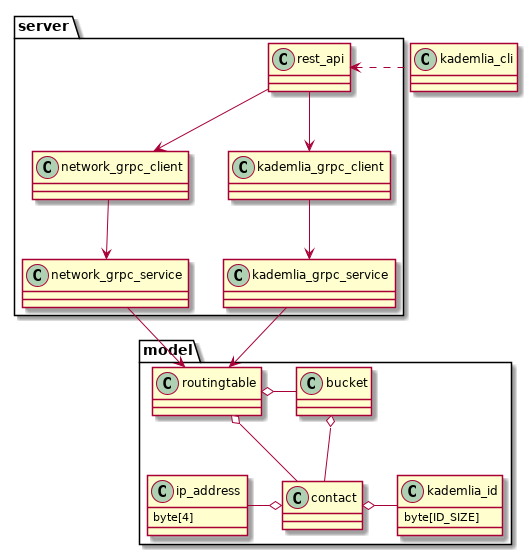
The PlantUML diagram doc/UML/class_general_organisation.png in AntoninCamus/D7024E, before a commit.
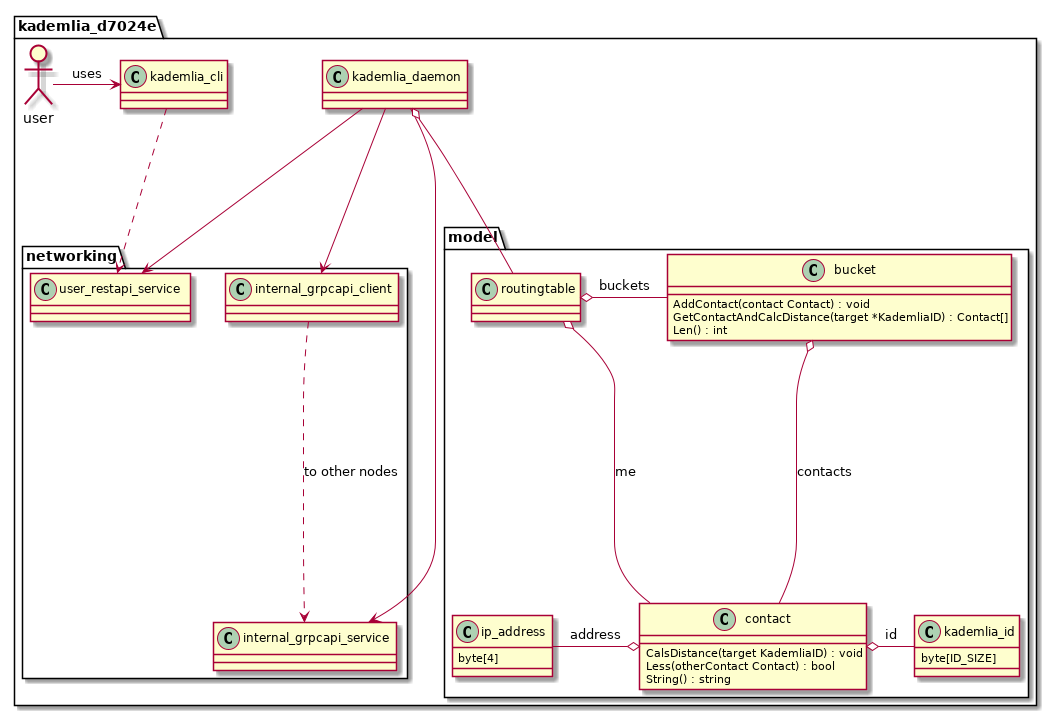
After the commit.

Commit message:
Improved class diagram and added other processes

What changed in the source:
```diff
@@ -1,43 +1,54 @@
 @startuml class_general_organisation
+allowmixing
+package kademlia_d7024e {
+    class kademlia_cli
 
-class kademlia_cli
+    class kademlia_daemon
 
-package server {
-    class rest_api
-    class network_grpc_service
-    class network_grpc_client
-    class kademlia_grpc_service
-    class kademlia_grpc_client
+    package networking {
+        class user_restapi_service
+        class internal_grpcapi_service
+        class internal_grpcapi_client
 
-    rest_api --> network_grpc_client
-    rest_api --> kademlia_grpc_client
-    network_grpc_client --> network_grpc_service
-    kademlia_grpc_client --> kademlia_grpc_service
+        internal_grpcapi_client ..> internal_grpcapi_service : to other nodes
+    }
+
+    package model{
+        class bucket {
+            AddContact(contact Contact) : void
+            GetContactAndCalcDistance(target *KademliaID) : Contact[]
+            Len() : int
+        }
+        class contact {
+            CalsDistance(target KademliaID) : void
+            Less(otherContact Contact) : bool
+            String() : string
+        }
+        class kademlia_id{
+            byte[ID_SIZE]
+        }
+
+        class routingtable
+
+        class ip_address{
+            byte[4]
+        }
+
+        routingtable o- bucket : buckets
+        routingtable o- contact : me
+        bucket o-- contact : contacts
+        contact o-kademlia_id : id
+        contact o-left- ip_address : address
+    }
+
+    actor user
+    user -> kademlia_cli : uses
+    kademlia_cli ..> user_restapi_service
+    kademlia_daemon --> user_restapi_service
+    kademlia_daemon --> internal_grpcapi_client
+    kademlia_daemon --> internal_grpcapi_service
+    kademlia_daemon o-- routingtable
 
 }
 
-rest_api <. kademlia_cli
-
-package model{
-    class bucket
-    class contact
-    class kademlia_id{
-        byte[ID_SIZE]
-    }
-
-    class routingtable
-    class ip_address{
-        byte[4]
-    }
-
-    routingtable o- bucket
-    routingtable o- contact
-    bucket o-- contact
-    contact o-kademlia_id
-    contact o-left- ip_address
-}
-
-network_grpc_service --> routingtable
-kademlia_grpc_service --> routingtable
-
 @enduml
```
